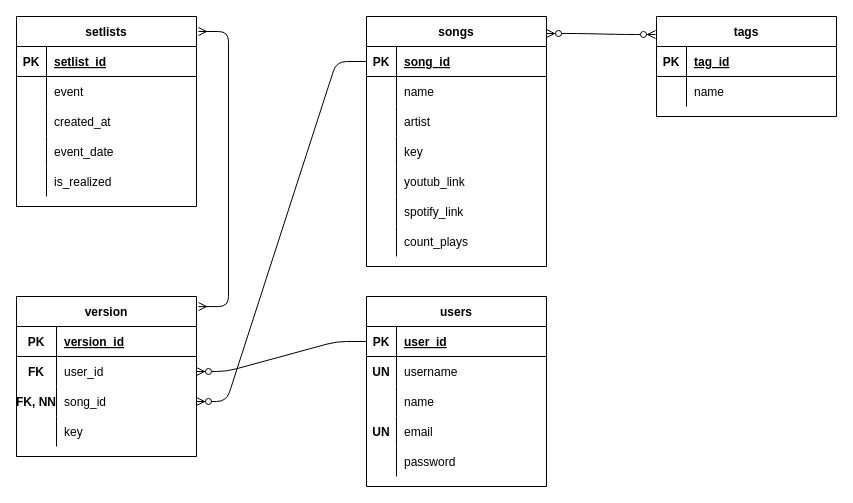
igormateus/repertapp-api keeps this draw.io diagram as diagram.drawio. Above is the earlier version. Source tidied: cells renumbered, new cells numbered last; positions are measured from the earlier drawing's top-left corner, leaving out a move shared by most shapes. Both pictures are drawn from the tidied source at 100%, with x=0, y=0 at pixel (16, 16).
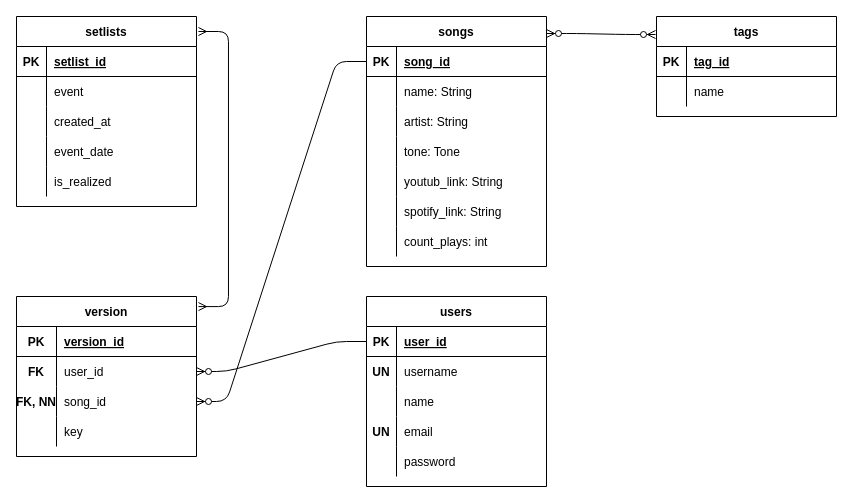
The same diagram, later.

Unchanged cells that the change refers to:
```xml
<mxCell id="6" style="shape=partialRectangle;fillColor=none;top=0;left=0;bottom=0;right=0;" parent="2" vertex="1">
  <mxGeometry y="60" width="180" height="30" as="geometry" />
</mxCell>
<mxCell id="9" style="shape=partialRectangle;fillColor=none;top=0;left=0;bottom=0;right=0;" parent="2" vertex="1">
  <mxGeometry y="90" width="180" height="30" as="geometry" />
</mxCell>
<mxCell id="12" style="shape=partialRectangle;fillColor=none;top=0;left=0;bottom=0;right=0;" parent="2" vertex="1">
  <mxGeometry y="120" width="180" height="30" as="geometry" />
</mxCell>
<mxCell id="15" style="shape=partialRectangle;fillColor=none;top=0;left=0;bottom=0;right=0;" parent="2" vertex="1">
  <mxGeometry y="150" width="180" height="30" as="geometry" />
</mxCell>
<mxCell id="18" style="shape=partialRectangle;fillColor=none;top=0;left=0;bottom=0;right=0;" parent="2" vertex="1">
  <mxGeometry y="180" width="180" height="30" as="geometry" />
</mxCell>
<mxCell id="21" style="shape=partialRectangle;fillColor=none;top=0;left=0;bottom=0;right=0;" parent="2" vertex="1">
  <mxGeometry y="210" width="180" height="30" as="geometry" />
</mxCell>
```

What changed in the source:
```diff
@@
-    <mxCell id="8" value="name" style="shape=partialRectangle;fillColor=none;top=0;left=0;bottom=0;right=0;align=left;spacingLeft=6;overflow=hidden;" parent="6" vertex="1">
+    <mxCell id="8" value="name: String" style="shape=partialRectangle;fillColor=none;top=0;left=0;bottom=0;right=0;align=left;spacingLeft=6;overflow=hidden;" parent="6" vertex="1">
       <mxGeometry x="30" width="150" height="30" as="geometry" />
     </mxCell>
@@
-    <mxCell id="11" value="artist" style="shape=partialRectangle;fillColor=none;top=0;left=0;bottom=0;right=0;align=left;spacingLeft=6;overflow=hidden;" parent="9" vertex="1">
+    <mxCell id="11" value="artist: String" style="shape=partialRectangle;fillColor=none;top=0;left=0;bottom=0;right=0;align=left;spacingLeft=6;overflow=hidden;" parent="9" vertex="1">
       <mxGeometry x="30" width="150" height="30" as="geometry" />
     </mxCell>
@@
-    <mxCell id="14" value="key" style="shape=partialRectangle;fillColor=none;top=0;left=0;bottom=0;right=0;align=left;spacingLeft=6;overflow=hidden;" parent="12" vertex="1">
+    <mxCell id="14" value="tone: Tone" style="shape=partialRectangle;fillColor=none;top=0;left=0;bottom=0;right=0;align=left;spacingLeft=6;overflow=hidden;" parent="12" vertex="1">
       <mxGeometry x="30" width="150" height="30" as="geometry" />
     </mxCell>
@@
-    <mxCell id="17" value="youtub_link" style="shape=partialRectangle;fillColor=none;top=0;left=0;bottom=0;right=0;align=left;spacingLeft=6;overflow=hidden;" parent="15" vertex="1">
+    <mxCell id="17" value="youtub_link: String" style="shape=partialRectangle;fillColor=none;top=0;left=0;bottom=0;right=0;align=left;spacingLeft=6;overflow=hidden;" parent="15" vertex="1">
       <mxGeometry x="30" width="150" height="30" as="geometry" />
     </mxCell>
@@
-    <mxCell id="20" value="spotify_link" style="shape=partialRectangle;fillColor=none;top=0;left=0;bottom=0;right=0;align=left;spacingLeft=6;overflow=hidden;" parent="18" vertex="1">
+    <mxCell id="20" value="spotify_link: String" style="shape=partialRectangle;fillColor=none;top=0;left=0;bottom=0;right=0;align=left;spacingLeft=6;overflow=hidden;" parent="18" vertex="1">
       <mxGeometry x="30" width="150" height="30" as="geometry" />
     </mxCell>
@@
-    <mxCell id="23" value="count_plays" style="shape=partialRectangle;fillColor=none;top=0;left=0;bottom=0;right=0;align=left;spacingLeft=6;overflow=hidden;" parent="21" vertex="1">
+    <mxCell id="23" value="count_plays: int" style="shape=partialRectangle;fillColor=none;top=0;left=0;bottom=0;right=0;align=left;spacingLeft=6;overflow=hidden;" parent="21" vertex="1">
       <mxGeometry x="30" width="150" height="30" as="geometry" />
     </mxCell>
```
